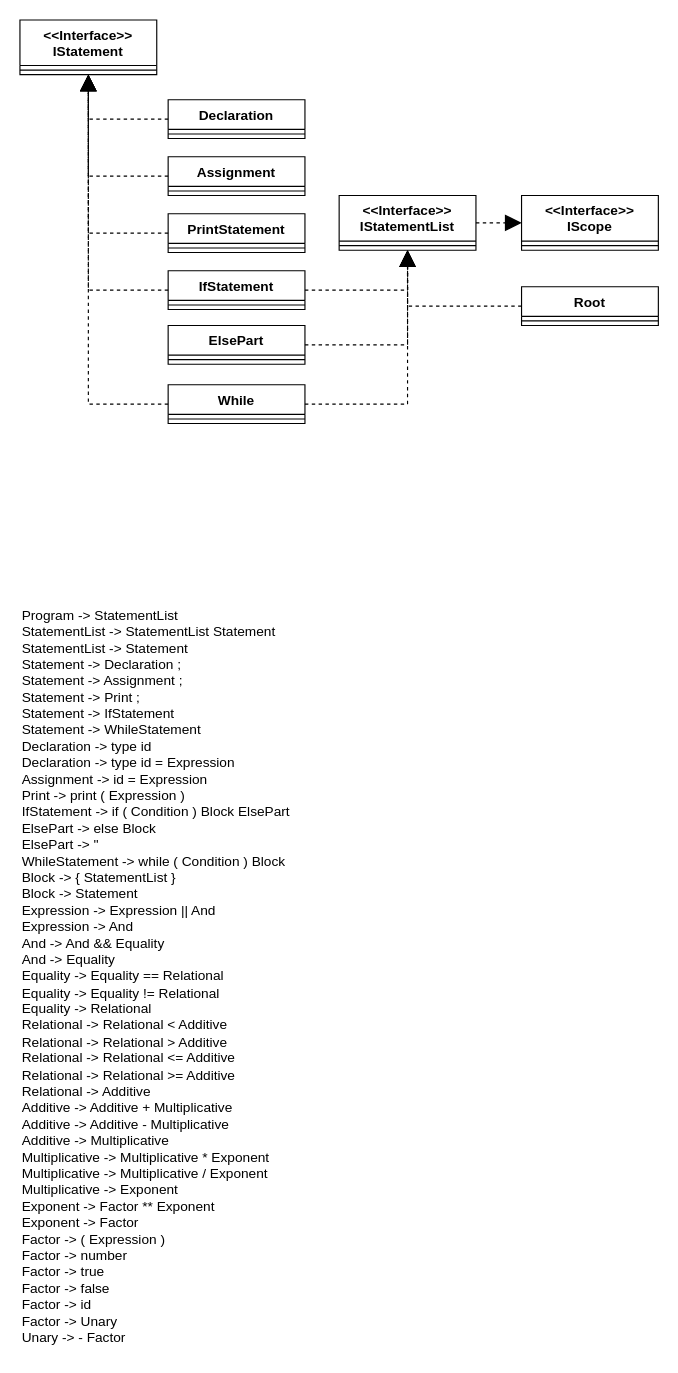
Before: SPL diagram.drawio in RomanKuschanow/MathFlow, a draw.io diagram. Source tidied: cells renumbered, new cells numbered last; positions are measured from the earlier drawing's top-left corner, leaving out a move shared by most shapes. Both pictures are drawn from the tidied source at 114%, with x=0, y=0 at pixel (19, 19).
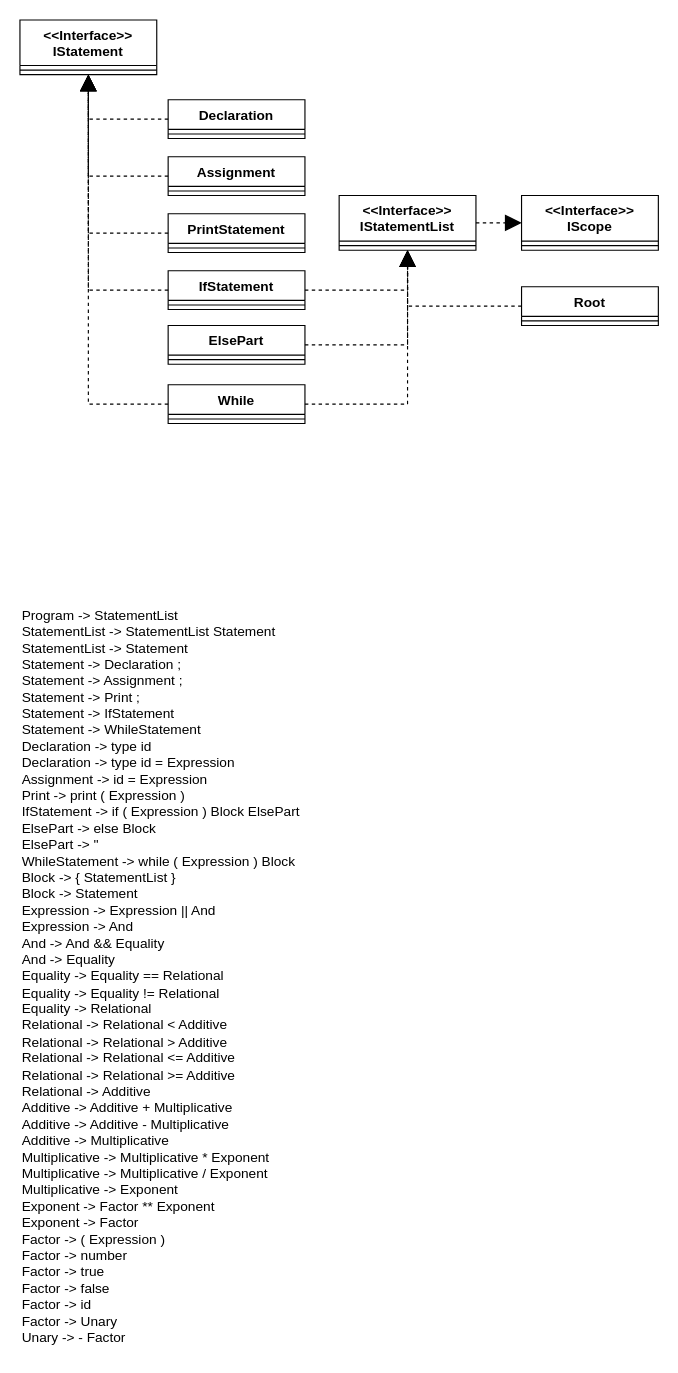
After the change.

Commit message:
replace condition to expression

The edit, as a diff of the source:
```diff
@@
-    <mxCell id="32" value="&lt;div&gt;Program -&amp;gt; StatementList&lt;/div&gt;&lt;div&gt;StatementList -&amp;gt; StatementList Statement&lt;/div&gt;&lt;div&gt;StatementList -&amp;gt; Statement&lt;/div&gt;&lt;div&gt;Statement -&amp;gt; Declaration ;&lt;/div&gt;&lt;div&gt;Statement -&amp;gt; Assignment ;&lt;/div&gt;&lt;div&gt;Statement -&amp;gt; Print ;&lt;/div&gt;&lt;div&gt;Statement -&amp;gt; IfStatement&lt;/div&gt;&lt;div&gt;Statement -&amp;gt; WhileStatement&lt;/div&gt;&lt;div&gt;Declaration -&amp;gt; type id&lt;/div&gt;&lt;div&gt;Declaration -&amp;gt; type id = Expression&lt;/div&gt;&lt;div&gt;Assignment -&amp;gt; id = Expression&lt;/div&gt;&lt;div&gt;Print -&amp;gt; print ( Expression )&lt;/div&gt;&lt;div&gt;IfStatement -&amp;gt; if ( Condition ) Block ElsePart&lt;/div&gt;&lt;div&gt;ElsePart -&amp;gt; else Block&lt;/div&gt;&lt;div&gt;ElsePart -&amp;gt; ''&lt;/div&gt;&lt;div&gt;WhileStatement -&amp;gt; while ( Condition ) Block&lt;/div&gt;&lt;div&gt;Block -&amp;gt; { StatementList }&lt;/div&gt;&lt;div&gt;Block -&amp;gt; Statement&lt;/div&gt;&lt;div&gt;Expression -&amp;gt; Expression || And&lt;/div&gt;&lt;div&gt;Expression -&amp;gt; And&lt;/div&gt;&lt;div&gt;And -&amp;gt; And &amp;amp;&amp;amp; Equality&lt;/div&gt;&lt;div&gt;And -&amp;gt; Equality&lt;/div&gt;&lt;div&gt;Equality -&amp;gt; Equality == Relational&lt;/div&gt;&lt;div&gt;Equality -&amp;gt; Equality != Relational&lt;/div&gt;&lt;div&gt;Equality -&amp;gt; Relational&lt;/div&gt;&lt;div&gt;Relational -&amp;gt; Relational &amp;lt; Additive&lt;/div&gt;&lt;div&gt;Relational -&amp;gt; Relational &amp;gt; Additive&lt;/div&gt;&lt;div&gt;Relational -&amp;gt; Relational &amp;lt;= Additive&lt;/div&gt;&lt;div&gt;Relational -&amp;gt; Relational &amp;gt;= Additive&lt;/div&gt;&lt;div&gt;Relational -&amp;gt; Additive&lt;/div&gt;&lt;div&gt;Additive -&amp;gt; Additive + Multiplicative&lt;/div&gt;&lt;div&gt;Additive -&amp;gt; Additive - Multiplicative&lt;/div&gt;&lt;div&gt;Additive -&amp;gt; Multiplicative&lt;/div&gt;&lt;div&gt;Multiplicative -&amp;gt; Multiplicative * Exponent&lt;/div&gt;&lt;div&gt;Multiplicative -&amp;gt; Multiplicative / Exponent&lt;/div&gt;&lt;div&gt;Multiplicative -&amp;gt; Exponent&lt;/div&gt;&lt;div&gt;Exponent -&amp;gt; Factor ** Exponent&lt;/div&gt;&lt;div&gt;Exponent -&amp;gt; Factor&lt;/div&gt;&lt;div&gt;Factor -&amp;gt; ( Expression )&lt;/div&gt;&lt;div&gt;Factor -&amp;gt; number&lt;/div&gt;&lt;div&gt;Factor -&amp;gt; true&lt;/div&gt;&lt;div&gt;Factor -&amp;gt; false&lt;/div&gt;&lt;div&gt;Factor -&amp;gt; id&lt;/div&gt;&lt;div&gt;Factor -&amp;gt; Unary&lt;/div&gt;&lt;div&gt;Unary -&amp;gt; - Factor&lt;/div&gt;" style="text;html=1;align=left;verticalAlign=middle;strokeColor=none;fillColor=none;" parent="1" vertex="1">
-      <mxGeometry y="509" width="260" height="660" as="geometry" />
+    <mxCell id="32" value="&lt;div&gt;Program -&amp;gt; StatementList&lt;/div&gt;&lt;div&gt;StatementList -&amp;gt; StatementList Statement&lt;/div&gt;&lt;div&gt;StatementList -&amp;gt; Statement&lt;/div&gt;&lt;div&gt;Statement -&amp;gt; Declaration ;&lt;/div&gt;&lt;div&gt;Statement -&amp;gt; Assignment ;&lt;/div&gt;&lt;div&gt;Statement -&amp;gt; Print ;&lt;/div&gt;&lt;div&gt;Statement -&amp;gt; IfStatement&lt;/div&gt;&lt;div&gt;Statement -&amp;gt; WhileStatement&lt;/div&gt;&lt;div&gt;Declaration -&amp;gt; type id&lt;/div&gt;&lt;div&gt;Declaration -&amp;gt; type id = Expression&lt;/div&gt;&lt;div&gt;Assignment -&amp;gt; id = Expression&lt;/div&gt;&lt;div&gt;Print -&amp;gt; print ( Expression )&lt;/div&gt;&lt;div&gt;IfStatement -&amp;gt; if ( Expression ) Block ElsePart&lt;/div&gt;&lt;div&gt;ElsePart -&amp;gt; else Block&lt;/div&gt;&lt;div&gt;ElsePart -&amp;gt; ''&lt;/div&gt;&lt;div&gt;WhileStatement -&amp;gt; while ( Expression ) Block&lt;/div&gt;&lt;div&gt;Block -&amp;gt; { StatementList }&lt;/div&gt;&lt;div&gt;Block -&amp;gt; Statement&lt;/div&gt;&lt;div&gt;Expression -&amp;gt; Expression || And&lt;/div&gt;&lt;div&gt;Expression -&amp;gt; And&lt;/div&gt;&lt;div&gt;And -&amp;gt; And &amp;amp;&amp;amp; Equality&lt;/div&gt;&lt;div&gt;And -&amp;gt; Equality&lt;/div&gt;&lt;div&gt;Equality -&amp;gt; Equality == Relational&lt;/div&gt;&lt;div&gt;Equality -&amp;gt; Equality != Relational&lt;/div&gt;&lt;div&gt;Equality -&amp;gt; Relational&lt;/div&gt;&lt;div&gt;Relational -&amp;gt; Relational &amp;lt; Additive&lt;/div&gt;&lt;div&gt;Relational -&amp;gt; Relational &amp;gt; Additive&lt;/div&gt;&lt;div&gt;Relational -&amp;gt; Relational &amp;lt;= Additive&lt;/div&gt;&lt;div&gt;Relational -&amp;gt; Relational &amp;gt;= Additive&lt;/div&gt;&lt;div&gt;Relational -&amp;gt; Additive&lt;/div&gt;&lt;div&gt;Additive -&amp;gt; Additive + Multiplicative&lt;/div&gt;&lt;div&gt;Additive -&amp;gt; Additive - Multiplicative&lt;/div&gt;&lt;div&gt;Additive -&amp;gt; Multiplicative&lt;/div&gt;&lt;div&gt;Multiplicative -&amp;gt; Multiplicative * Exponent&lt;/div&gt;&lt;div&gt;Multiplicative -&amp;gt; Multiplicative / Exponent&lt;/div&gt;&lt;div&gt;Multiplicative -&amp;gt; Exponent&lt;/div&gt;&lt;div&gt;Exponent -&amp;gt; Factor ** Exponent&lt;/div&gt;&lt;div&gt;Exponent -&amp;gt; Factor&lt;/div&gt;&lt;div&gt;Factor -&amp;gt; ( Expression )&lt;/div&gt;&lt;div&gt;Factor -&amp;gt; number&lt;/div&gt;&lt;div&gt;Factor -&amp;gt; true&lt;/div&gt;&lt;div&gt;Factor -&amp;gt; false&lt;/div&gt;&lt;div&gt;Factor -&amp;gt; id&lt;/div&gt;&lt;div&gt;Factor -&amp;gt; Unary&lt;/div&gt;&lt;div&gt;Unary -&amp;gt; - Factor&lt;/div&gt;" style="text;html=1;align=left;verticalAlign=middle;strokeColor=none;fillColor=none;" parent="1" vertex="1">
+      <mxGeometry y="509" width="270" height="660" as="geometry" />
     </mxCell>
```
